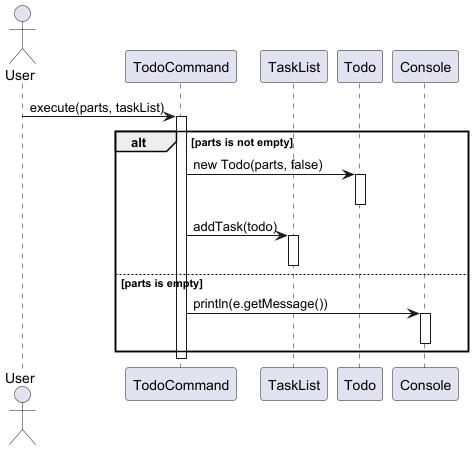
The PlantUML diagram docs/diagrams/tasklistcommands/TodoCommandSequenceDiagram.png in wongyihao02/tp, before a commit.
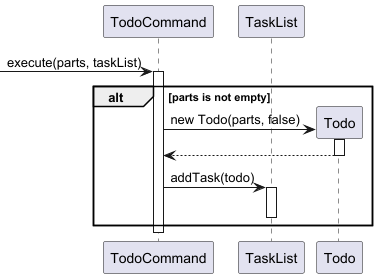
After the commit.

Change to the diagram source:
```diff
@@ -1,26 +1,22 @@
 @startuml
-actor User
-
 
 participant "TodoCommand" as TodoCmd
 participant "TaskList" as TaskList
 participant "Todo" as Todo
 
-User -> TodoCmd : execute(parts, taskList)
+-> TodoCmd : execute(parts, taskList)
 activate TodoCmd
 
 alt parts is not empty
+    create Todo
     TodoCmd -> Todo : new Todo(parts, false)
     activate Todo
+    Todo --> TodoCmd
     deactivate Todo
 
     TodoCmd -> TaskList : addTask(todo)
     activate TaskList
     deactivate TaskList
-else parts is empty
-    TodoCmd -> Console : println(e.getMessage())
-    activate Console
-    deactivate Console
 end
 
 deactivate TodoCmd
```
